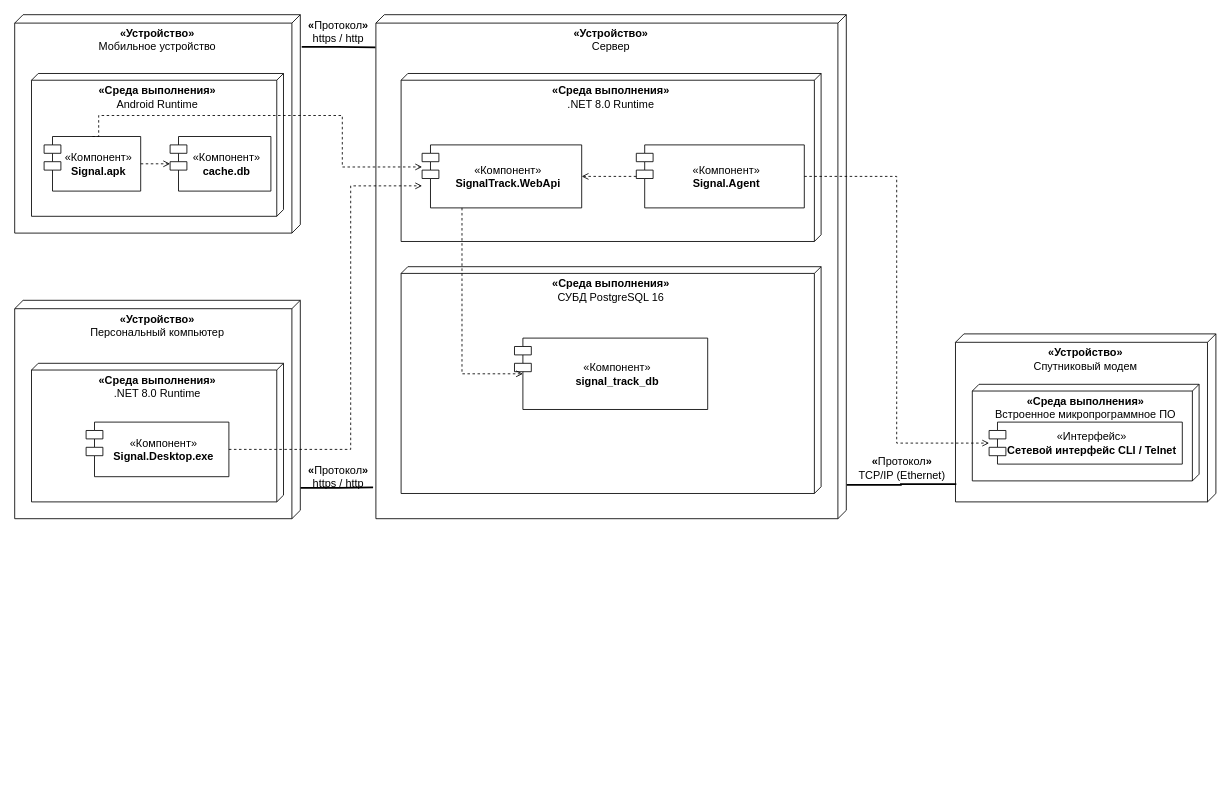
Skverno-Slov/kursach keeps this draw.io diagram as deployment-diagram.drawio. Above is the earlier version. Source tidied: cells renumbered, new cells numbered last; positions are measured from the earlier drawing's top-left corner, leaving out a move shared by most shapes. Both pictures are drawn from the tidied source at 84%, with x=0, y=0 at pixel (14, 14).
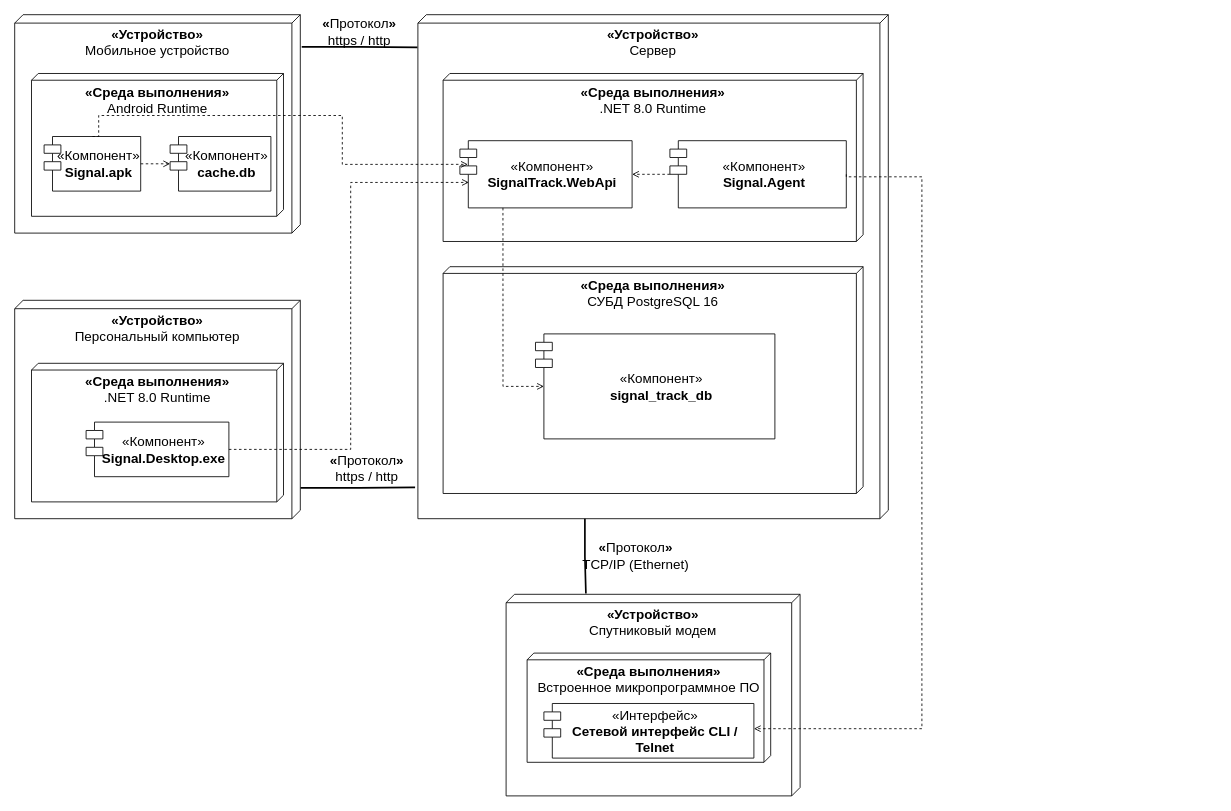
After the change.

What changed in the source:
```diff
@@
-    <mxCell id="2" value="&lt;b&gt;«Устройство»&lt;/b&gt;&lt;br&gt;&lt;font&gt;Мобильное устройство&lt;/font&gt;" style="verticalAlign=top;align=center;spacingTop=8;shape=cube;size=10;direction=south;html=1;whiteSpace=wrap;fontSize=13;" parent="1" vertex="1">
+    <mxCell id="2" value="&lt;b style=&quot;font-size: 16px;&quot;&gt;«Устройство»&lt;/b&gt;&lt;br style=&quot;font-size: 16px;&quot;&gt;&lt;font style=&quot;font-size: 16px;&quot;&gt;Мобильное устройство&lt;/font&gt;" style="verticalAlign=top;align=center;spacingTop=8;shape=cube;size=10;direction=south;html=1;whiteSpace=wrap;fontSize=16;" parent="1" vertex="1">
       <mxGeometry width="340" height="260" as="geometry" />
     </mxCell>
-    <mxCell id="3" value="&lt;b&gt;«Среда выполнения»&lt;/b&gt;&lt;br&gt;Android Runtime" style="verticalAlign=top;align=center;spacingTop=6;shape=cube;size=8;direction=south;html=1;whiteSpace=wrap;fontSize=13;" parent="1" vertex="1">
+    <mxCell id="3" value="&lt;b style=&quot;font-size: 16px;&quot;&gt;«Среда выполнения»&lt;/b&gt;&lt;br style=&quot;font-size: 16px;&quot;&gt;Android Runtime" style="verticalAlign=top;align=center;spacingTop=6;shape=cube;size=8;direction=south;html=1;whiteSpace=wrap;fontSize=16;" parent="1" vertex="1">
       <mxGeometry x="20" y="70" width="300" height="170" as="geometry" />
     </mxCell>
-    <mxCell id="4" value="«Компонент»&lt;br&gt;&lt;b&gt;Signal.apk&lt;/b&gt;" style="shape=module;align=left;spacingLeft=15;align=center;verticalAlign=middle;whiteSpace=wrap;html=1;fontSize=13;" parent="1" vertex="1">
+    <mxCell id="4" value="«Компонент»&lt;br style=&quot;font-size: 16px;&quot;&gt;&lt;b style=&quot;font-size: 16px;&quot;&gt;Signal.apk&lt;/b&gt;" style="shape=module;align=left;spacingLeft=15;align=center;verticalAlign=middle;whiteSpace=wrap;html=1;fontSize=16;" parent="1" vertex="1">
       <mxGeometry x="35" y="145" width="115" height="65" as="geometry" />
     </mxCell>
-    <mxCell id="5" value="«Компонент»&lt;br&gt;&lt;b&gt;cache.db&lt;/b&gt;" style="shape=module;align=left;spacingLeft=15;align=center;verticalAlign=middle;whiteSpace=wrap;html=1;fontSize=13;" parent="1" vertex="1">
+    <mxCell id="5" value="«Компонент»&lt;br style=&quot;font-size: 16px;&quot;&gt;&lt;b style=&quot;font-size: 16px;&quot;&gt;cache.db&lt;/b&gt;" style="shape=module;align=left;spacingLeft=15;align=center;verticalAlign=middle;whiteSpace=wrap;html=1;fontSize=16;" parent="1" vertex="1">
       <mxGeometry x="185" y="145" width="120" height="65" as="geometry" />
     </mxCell>
-    <mxCell id="6" style="edgeStyle=orthogonalEdgeStyle;rounded=0;jettySize=auto;html=1;entryX=0;entryY=0.5;exitX=1;exitY=0.5;endArrow=open;dashed=1;endFill=0;fontSize=13;" parent="1" edge="1" source="4" target="5">
+    <mxCell id="6" style="edgeStyle=orthogonalEdgeStyle;rounded=0;jettySize=auto;html=1;entryX=0;entryY=0.5;exitX=1;exitY=0.5;endArrow=open;dashed=1;endFill=0;fontSize=16;" parent="1" edge="1" source="4" target="5">
       <mxGeometry relative="1" as="geometry" />
     </mxCell>
-    <mxCell id="7" value="&lt;b&gt;«Устройство»&lt;/b&gt;&lt;br&gt;&lt;font&gt;Персональный компьютер&lt;br&gt;&lt;/font&gt;" style="verticalAlign=top;align=center;spacingTop=8;shape=cube;size=10;direction=south;html=1;whiteSpace=wrap;fontSize=13;" parent="1" vertex="1">
+    <mxCell id="7" value="&lt;b style=&quot;font-size: 16px;&quot;&gt;«Устройство»&lt;/b&gt;&lt;br style=&quot;font-size: 16px;&quot;&gt;&lt;font style=&quot;font-size: 16px;&quot;&gt;Персональный компьютер&lt;br style=&quot;font-size: 16px;&quot;&gt;&lt;/font&gt;" style="verticalAlign=top;align=center;spacingTop=8;shape=cube;size=10;direction=south;html=1;whiteSpace=wrap;fontSize=16;" parent="1" vertex="1">
       <mxGeometry y="340" width="340" height="260" as="geometry" />
     </mxCell>
-    <mxCell id="8" value="&lt;b&gt;«Среда выполнения»&lt;/b&gt;&lt;br&gt;.NET 8.0 Runtime" style="verticalAlign=top;align=center;spacingTop=6;shape=cube;size=8;direction=south;html=1;whiteSpace=wrap;fontSize=13;" parent="1" vertex="1">
+    <mxCell id="8" value="&lt;b style=&quot;font-size: 16px;&quot;&gt;«Среда выполнения»&lt;/b&gt;&lt;br style=&quot;font-size: 16px;&quot;&gt;.NET 8.0 Runtime" style="verticalAlign=top;align=center;spacingTop=6;shape=cube;size=8;direction=south;html=1;whiteSpace=wrap;fontSize=16;" parent="1" vertex="1">
       <mxGeometry x="20" y="415" width="300" height="165" as="geometry" />
     </mxCell>
-    <mxCell id="9" value="«Компонент»&lt;br&gt;&lt;b&gt;Signal.Desktop.exe&lt;/b&gt;" style="shape=module;align=left;spacingLeft=15;align=center;verticalAlign=middle;whiteSpace=wrap;html=1;fontSize=13;" parent="1" vertex="1">
+    <mxCell id="9" value="«Компонент»&lt;br style=&quot;font-size: 16px;&quot;&gt;&lt;b style=&quot;font-size: 16px;&quot;&gt;Signal.Desktop.exe&lt;/b&gt;" style="shape=module;align=left;spacingLeft=15;align=center;verticalAlign=middle;whiteSpace=wrap;html=1;fontSize=16;" parent="1" vertex="1">
       <mxGeometry x="85" y="485" width="170" height="65" as="geometry" />
     </mxCell>
-    <mxCell id="10" value="&lt;b&gt;«Устройство»&lt;/b&gt;&lt;br&gt;&lt;font&gt;Сервер&lt;/font&gt;" style="verticalAlign=top;align=center;spacingTop=8;shape=cube;size=10;direction=south;html=1;whiteSpace=wrap;fontSize=13;" parent="1" vertex="1">
-      <mxGeometry x="430" width="560" height="600" as="geometry" />
+    <mxCell id="10" value="&lt;b style=&quot;font-size: 16px;&quot;&gt;«Устройство»&lt;/b&gt;&lt;br style=&quot;font-size: 16px;&quot;&gt;&lt;font style=&quot;font-size: 16px;&quot;&gt;Сервер&lt;/font&gt;" style="verticalAlign=top;align=center;spacingTop=8;shape=cube;size=10;direction=south;html=1;whiteSpace=wrap;fontSize=16;" parent="1" vertex="1">
+      <mxGeometry x="480" width="560" height="600" as="geometry" />
     </mxCell>
-    <mxCell id="11" value="&lt;b&gt;«Среда выполнения»&lt;/b&gt;&lt;br&gt;.NET 8.0 Runtime" style="verticalAlign=top;align=center;spacingTop=6;shape=cube;size=8;direction=south;html=1;whiteSpace=wrap;fontSize=13;" parent="1" vertex="1">
-      <mxGeometry x="460" y="70" width="500" height="200" as="geometry" />
+    <mxCell id="11" value="&lt;b style=&quot;font-size: 16px;&quot;&gt;«Среда выполнения»&lt;/b&gt;&lt;br style=&quot;font-size: 16px;&quot;&gt;.NET 8.0 Runtime" style="verticalAlign=top;align=center;spacingTop=6;shape=cube;size=8;direction=south;html=1;whiteSpace=wrap;fontSize=16;" parent="1" vertex="1">
+      <mxGeometry x="510" y="70" width="500" height="200" as="geometry" />
     </mxCell>
-    <mxCell id="12" value="«Компонент»&lt;br&gt;&lt;b&gt;SignalTrack.WebApi&lt;/b&gt;" style="shape=module;align=left;spacingLeft=15;align=center;verticalAlign=middle;whiteSpace=wrap;html=1;fontSize=13;" parent="1" vertex="1">
-      <mxGeometry x="485" y="155" width="190" height="75" as="geometry" />
+    <mxCell id="12" value="«Компонент»&lt;br style=&quot;font-size: 16px;&quot;&gt;&lt;b style=&quot;font-size: 16px;&quot;&gt;SignalTrack.WebApi&lt;/b&gt;" style="shape=module;align=left;spacingLeft=15;align=center;verticalAlign=middle;whiteSpace=wrap;html=1;fontSize=16;" parent="1" vertex="1">
+      <mxGeometry x="530" y="150" width="205" height="80" as="geometry" />
     </mxCell>
-    <mxCell id="13" value="«Компонент»&lt;br&gt;&lt;b&gt;Signal.Agent&lt;/b&gt;" style="shape=module;align=left;spacingLeft=15;align=center;verticalAlign=middle;whiteSpace=wrap;html=1;fontSize=13;" parent="1" vertex="1">
-      <mxGeometry x="740" y="155" width="200" height="75" as="geometry" />
+    <mxCell id="13" value="«Компонент»&lt;br style=&quot;font-size: 16px;&quot;&gt;&lt;b style=&quot;font-size: 16px;&quot;&gt;Signal.Agent&lt;/b&gt;" style="shape=module;align=left;spacingLeft=15;align=center;verticalAlign=middle;whiteSpace=wrap;html=1;fontSize=16;" parent="1" vertex="1">
+      <mxGeometry x="780" y="150" width="210" height="80" as="geometry" />
     </mxCell>
-    <mxCell id="14" value="&lt;b&gt;«&lt;/b&gt;&lt;b&gt;Среда выполнения&lt;/b&gt;&lt;b&gt;»&lt;/b&gt;&lt;br&gt;СУБД PostgreSQL 16" style="verticalAlign=top;align=center;spacingTop=6;shape=cube;size=8;direction=south;html=1;whiteSpace=wrap;fontSize=13;" parent="1" vertex="1">
-      <mxGeometry x="460" y="300" width="500" height="270" as="geometry" />
+    <mxCell id="14" value="&lt;b style=&quot;font-size: 16px;&quot;&gt;«&lt;/b&gt;&lt;b style=&quot;font-size: 16px;&quot;&gt;Среда выполнения&lt;/b&gt;&lt;b style=&quot;font-size: 16px;&quot;&gt;»&lt;/b&gt;&lt;br style=&quot;font-size: 16px;&quot;&gt;СУБД PostgreSQL 16" style="verticalAlign=top;align=center;spacingTop=6;shape=cube;size=8;direction=south;html=1;whiteSpace=wrap;fontSize=16;" parent="1" vertex="1">
+      <mxGeometry x="510" y="300" width="500" height="270" as="geometry" />
     </mxCell>
-    <mxCell id="15" value="«Компонент»&lt;br&gt;&lt;b&gt;signal_track_db&lt;/b&gt;" style="shape=module;align=left;spacingLeft=15;align=center;verticalAlign=middle;whiteSpace=wrap;html=1;fontSize=13;" parent="1" vertex="1">
-      <mxGeometry x="595" y="385" width="230" height="85" as="geometry" />
+    <mxCell id="15" value="«Компонент»&lt;br style=&quot;font-size: 16px;&quot;&gt;&lt;b style=&quot;font-size: 16px;&quot;&gt;signal_track_db&lt;/b&gt;" style="shape=module;align=left;spacingLeft=15;align=center;verticalAlign=middle;whiteSpace=wrap;html=1;fontSize=16;" parent="1" vertex="1">
+      <mxGeometry x="620" y="380" width="285" height="125" as="geometry" />
     </mxCell>
-    <mxCell id="16" value="&lt;b&gt;«Устройство»&lt;/b&gt;&lt;br&gt;&lt;font&gt;Спутниковый модем&lt;/font&gt;" style="verticalAlign=top;align=center;spacingTop=8;shape=cube;size=10;direction=south;html=1;whiteSpace=wrap;fontSize=13;" parent="1" vertex="1">
-      <mxGeometry x="1120" y="380" width="310" height="200" as="geometry" />
+    <mxCell id="16" value="&lt;b style=&quot;font-size: 16px;&quot;&gt;«Устройство»&lt;/b&gt;&lt;br style=&quot;font-size: 16px;&quot;&gt;&lt;font style=&quot;font-size: 16px;&quot;&gt;Спутниковый модем&lt;/font&gt;" style="verticalAlign=top;align=center;spacingTop=8;shape=cube;size=10;direction=south;html=1;whiteSpace=wrap;fontSize=16;" parent="1" vertex="1">
+      <mxGeometry x="585" y="690" width="350" height="240" as="geometry" />
     </mxCell>
-    <mxCell id="17" value="&lt;b&gt;«Среда выполнения»&lt;/b&gt;&lt;br&gt;Встроенное микропрограммное ПО" style="verticalAlign=top;align=center;spacingTop=6;shape=cube;size=8;direction=south;html=1;whiteSpace=wrap;fontSize=13;" parent="1" vertex="1">
-      <mxGeometry x="1140" y="440" width="270" height="115" as="geometry" />
+    <mxCell id="17" value="&lt;b style=&quot;font-size: 16px;&quot;&gt;«Среда выполнения»&lt;/b&gt;&lt;br style=&quot;font-size: 16px;&quot;&gt;Встроенное микропрограммное ПО" style="verticalAlign=top;align=center;spacingTop=6;shape=cube;size=8;direction=south;html=1;whiteSpace=wrap;fontSize=16;" parent="1" vertex="1">
+      <mxGeometry x="610" y="760" width="290" height="130" as="geometry" />
     </mxCell>
-    <mxCell id="18" value="«Интерфейс»&lt;br&gt;&lt;b&gt;Сетевой интерфейс CLI / Telnet&lt;/b&gt;" style="shape=module;align=left;spacingLeft=15;align=center;verticalAlign=middle;whiteSpace=wrap;html=1;fontSize=13;" parent="1" vertex="1">
-      <mxGeometry x="1160" y="485" width="230" height="50" as="geometry" />
+    <mxCell id="18" value="«Интерфейс»&lt;br style=&quot;font-size: 16px;&quot;&gt;&lt;b style=&quot;font-size: 16px;&quot;&gt;Сетевой интерфейс CLI / Telnet&lt;/b&gt;" style="shape=module;align=left;spacingLeft=15;align=center;verticalAlign=middle;whiteSpace=wrap;html=1;fontSize=16;" parent="1" vertex="1">
+      <mxGeometry x="630" y="820" width="250" height="65" as="geometry" />
     </mxCell>
-    <mxCell id="19" value="&lt;b style=&quot;border-color: var(--border-color);&quot;&gt;«&lt;/b&gt;Протокол&lt;b style=&quot;border-color: var(--border-color);&quot;&gt;»&lt;/b&gt;&lt;br&gt;https / http" style="edgeStyle=orthogonalEdgeStyle;rounded=0;jettySize=auto;html=1;exitX=0.147;exitY=-0.005;exitDx=0;exitDy=0;entryX=0.065;entryY=1.001;entryDx=0;entryDy=0;endArrow=none;strokeWidth=2;exitPerimeter=0;entryPerimeter=0;labelBackgroundColor=none;fontSize=13;" parent="1" edge="1" source="2" target="10">
+    <mxCell id="19" value="&lt;b style=&quot;border-color: var(--border-color); font-size: 16px;&quot;&gt;«&lt;/b&gt;Протокол&lt;b style=&quot;border-color: var(--border-color); font-size: 16px;&quot;&gt;»&lt;/b&gt;&lt;br style=&quot;font-size: 16px;&quot;&gt;https / http" style="edgeStyle=orthogonalEdgeStyle;rounded=0;jettySize=auto;html=1;exitX=0.147;exitY=-0.005;exitDx=0;exitDy=0;entryX=0.065;entryY=1.001;entryDx=0;entryDy=0;endArrow=none;strokeWidth=2;exitPerimeter=0;entryPerimeter=0;labelBackgroundColor=none;fontSize=16;" parent="1" edge="1" source="2" target="10">
       <mxGeometry x="-0.02" y="-18" relative="1" as="geometry">
         <mxPoint x="18" y="-18" as="offset" />
       </mxGeometry>
     </mxCell>
-    <mxCell id="20" style="edgeStyle=orthogonalEdgeStyle;rounded=0;jettySize=auto;html=1;exitX=0.5;exitY=0;entryX=0;entryY=0.35;endArrow=open;dashed=1;endFill=0;exitDx=0;exitDy=0;fontSize=13;" parent="1" edge="1" source="4" target="12">
+    <mxCell id="20" style="edgeStyle=orthogonalEdgeStyle;rounded=0;jettySize=auto;html=1;exitX=0.5;exitY=0;entryX=0.046;entryY=0.352;endArrow=open;dashed=1;endFill=0;exitDx=0;exitDy=0;fontSize=16;entryDx=0;entryDy=0;entryPerimeter=0;" parent="1" edge="1" source="4" target="12">
       <mxGeometry relative="1" as="geometry">
         <Array as="points">
           <mxPoint x="100" y="145" />
           <mxPoint x="100" y="120" />
           <mxPoint x="390" y="120" />
-          <mxPoint x="390" y="181" />
+          <mxPoint x="390" y="178" />
         </Array>
       </mxGeometry>
     </mxCell>
-    <mxCell id="21" value="&lt;b style=&quot;border-color: var(--border-color);&quot;&gt;«&lt;/b&gt;&lt;font&gt;Протокол&lt;/font&gt;&lt;b style=&quot;border-color: var(--border-color);&quot;&gt;»&lt;/b&gt;&lt;span&gt;&lt;font&gt;&lt;br&gt;https / http&lt;/font&gt;&lt;/span&gt;" style="edgeStyle=orthogonalEdgeStyle;rounded=0;jettySize=auto;html=1;exitX=0.859;exitY=-0.001;exitDx=0;exitDy=0;entryX=0.938;entryY=1.006;entryDx=0;entryDy=0;endArrow=none;strokeWidth=2;exitPerimeter=0;entryPerimeter=0;labelBackgroundColor=none;fontSize=13;" parent="1" edge="1" source="7" target="10">
-      <mxGeometry x="0.04" y="13" relative="1" as="geometry" />
+    <mxCell id="21" value="&lt;b style=&quot;border-color: var(--border-color); font-size: 16px;&quot;&gt;«&lt;/b&gt;&lt;font style=&quot;font-size: 16px;&quot;&gt;Протокол&lt;/font&gt;&lt;b style=&quot;border-color: var(--border-color); font-size: 16px;&quot;&gt;»&lt;/b&gt;&lt;span style=&quot;font-size: 16px;&quot;&gt;&lt;font style=&quot;font-size: 16px;&quot;&gt;&lt;br style=&quot;font-size: 16px;&quot;&gt;https / http&lt;/font&gt;&lt;/span&gt;" style="edgeStyle=orthogonalEdgeStyle;rounded=0;jettySize=auto;html=1;exitX=0.859;exitY=-0.001;exitDx=0;exitDy=0;entryX=0.938;entryY=1.006;entryDx=0;entryDy=0;endArrow=none;strokeWidth=2;exitPerimeter=0;entryPerimeter=0;labelBackgroundColor=none;fontSize=16;" parent="1" edge="1" source="7" target="10">
+      <mxGeometry x="0.16" y="23" relative="1" as="geometry" />
     </mxCell>
-    <mxCell id="22" style="edgeStyle=orthogonalEdgeStyle;rounded=0;jettySize=auto;html=1;exitX=1;exitY=0.5;entryX=0;entryY=0.65;endArrow=open;dashed=1;endFill=0;fontSize=13;" parent="1" edge="1" source="9" target="12">
+    <mxCell id="22" style="edgeStyle=orthogonalEdgeStyle;rounded=0;jettySize=auto;html=1;exitX=1;exitY=0.5;entryX=0.052;entryY=0.621;endArrow=open;dashed=1;endFill=0;fontSize=16;entryDx=0;entryDy=0;entryPerimeter=0;" parent="1" edge="1" source="9" target="12">
       <mxGeometry relative="1" as="geometry">
         <Array as="points">
           <mxPoint x="400" y="518" />
-          <mxPoint x="400" y="204" />
+          <mxPoint x="400" y="200" />
+          <mxPoint x="541" y="200" />
         </Array>
       </mxGeometry>
     </mxCell>
-    <mxCell id="23" style="edgeStyle=orthogonalEdgeStyle;rounded=0;jettySize=auto;html=1;exitX=0.25;exitY=1;entryX=0;entryY=0.5;endArrow=open;dashed=1;endFill=0;entryDx=10;entryDy=0;entryPerimeter=0;exitDx=0;exitDy=0;fontSize=13;" parent="1" edge="1" source="12" target="15">
+    <mxCell id="23" style="edgeStyle=orthogonalEdgeStyle;rounded=0;jettySize=auto;html=1;exitX=0.25;exitY=1;entryX=0;entryY=0.5;endArrow=open;dashed=1;endFill=0;entryDx=10;entryDy=0;entryPerimeter=0;exitDx=0;exitDy=0;fontSize=16;" parent="1" edge="1" source="12" target="15">
       <mxGeometry relative="1" as="geometry">
         <Array as="points">
-          <mxPoint x="532" y="427" />
+          <mxPoint x="581" y="443" />
+          <mxPoint x="630" y="443" />
         </Array>
       </mxGeometry>
     </mxCell>
-    <mxCell id="24" style="edgeStyle=orthogonalEdgeStyle;rounded=0;jettySize=auto;html=1;exitX=0;exitY=0.5;entryX=1;entryY=0.5;endArrow=open;dashed=1;endFill=0;fontSize=13;" parent="1" edge="1" source="13" target="12">
+    <mxCell id="24" style="edgeStyle=orthogonalEdgeStyle;rounded=0;jettySize=auto;html=1;exitX=0;exitY=0.5;entryX=1;entryY=0.5;endArrow=open;dashed=1;endFill=0;fontSize=16;" parent="1" edge="1" source="13" target="12">
       <mxGeometry relative="1" as="geometry" />
     </mxCell>
-    <mxCell id="25" value="&lt;b style=&quot;border-color: var(--border-color);&quot;&gt;«&lt;/b&gt;Протокол&lt;b style=&quot;border-color: var(--border-color);&quot;&gt;»&lt;/b&gt;&lt;br&gt;TCP/IP (Ethernet)" style="edgeStyle=orthogonalEdgeStyle;rounded=0;jettySize=auto;html=1;exitX=0.933;exitY=-0.001;exitDx=0;exitDy=0;entryX=0.894;entryY=0.997;entryDx=0;entryDy=0;endArrow=none;strokeWidth=2;entryPerimeter=0;exitPerimeter=0;labelBackgroundColor=none;fontSize=13;" parent="1" edge="1" source="10" target="16">
-      <mxGeometry y="19" relative="1" as="geometry" />
+    <mxCell id="25" value="&lt;b style=&quot;border-color: var(--border-color); font-size: 16px;&quot;&gt;«&lt;/b&gt;Протокол&lt;b style=&quot;border-color: var(--border-color); font-size: 16px;&quot;&gt;»&lt;/b&gt;&lt;br style=&quot;font-size: 16px;&quot;&gt;TCP/IP (Ethernet)" style="edgeStyle=orthogonalEdgeStyle;rounded=0;jettySize=auto;html=1;exitX=1;exitY=0.645;exitDx=0;exitDy=0;endArrow=none;strokeWidth=2;exitPerimeter=0;labelBackgroundColor=none;fontSize=16;" parent="1" edge="1" source="10">
+      <mxGeometry x="0.03" y="60" relative="1" as="geometry">
+        <mxPoint x="680" y="689" as="targetPoint" />
+        <Array as="points">
+          <mxPoint x="679" y="645" />
+          <mxPoint x="679" y="689" />
+        </Array>
+      </mxGeometry>
     </mxCell>
-    <mxCell id="26" style="edgeStyle=orthogonalEdgeStyle;rounded=0;jettySize=auto;html=1;exitX=1;exitY=0.5;entryX=0;entryY=0.5;endArrow=open;dashed=1;endFill=0;fontSize=13;" parent="1" edge="1" source="13" target="18">
-      <mxGeometry relative="1" as="geometry" />
+    <mxCell id="26" style="edgeStyle=orthogonalEdgeStyle;rounded=0;jettySize=auto;html=1;exitX=1;exitY=0.5;endArrow=open;dashed=1;endFill=0;fontSize=16;" parent="1" edge="1" source="13">
+      <mxGeometry relative="1" as="geometry">
+        <mxPoint x="880" y="850" as="targetPoint" />
+        <Array as="points">
+          <mxPoint x="990" y="193" />
+          <mxPoint x="1080" y="193" />
+          <mxPoint x="1080" y="850" />
+          <mxPoint x="880" y="850" />
+        </Array>
+      </mxGeometry>
     </mxCell>
```
